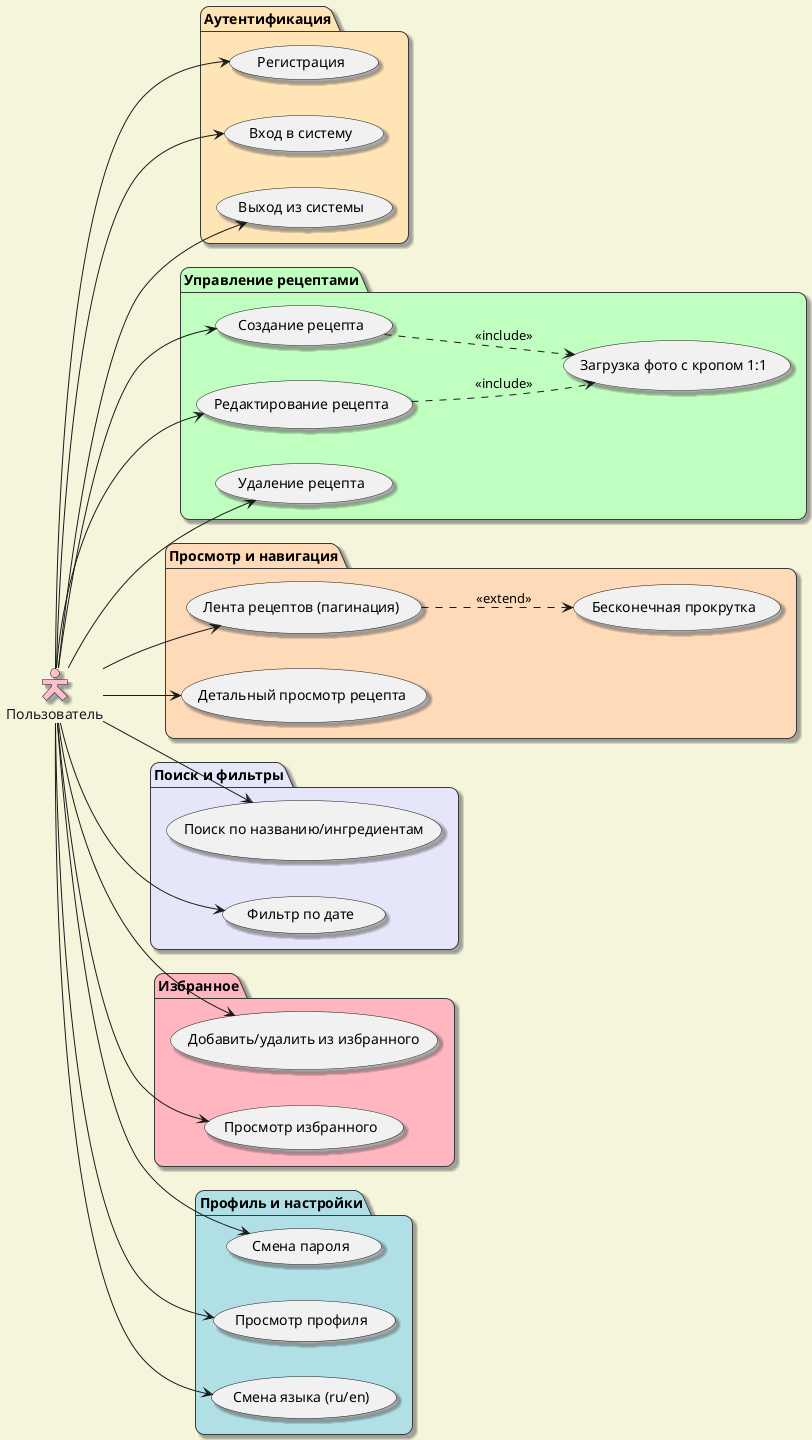
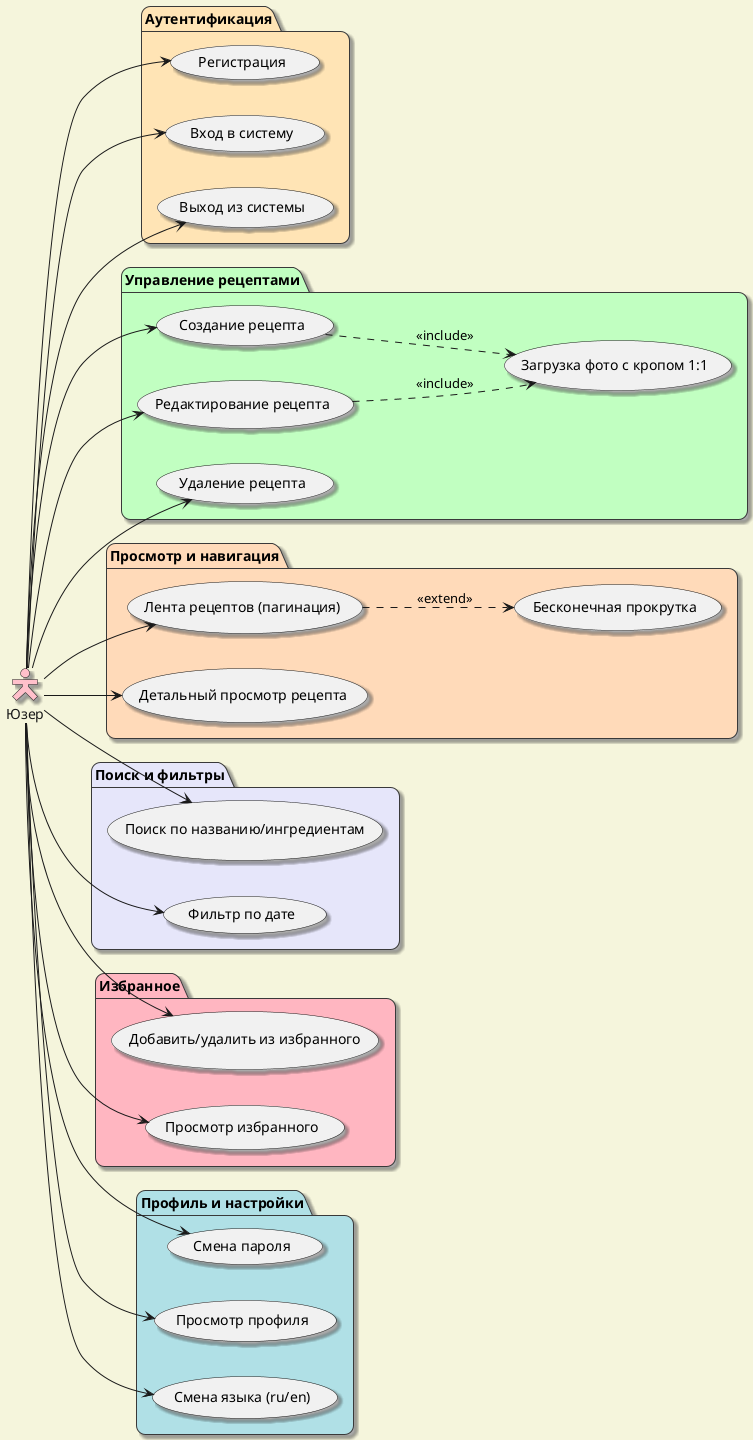
@startuml диаграмма_прецедентов

!theme mars
left to right direction

skinparam shadowing true
skinparam roundcorner 18
skinparam backgroundcolor #F5F5DC
skinparam actorStyle hollow

- actor "Пользователь" as User #pink
+ actor "Юзер" as User #pink

package "Аутентификация" #FFE4B5 {
  usecase "Регистрация" as UC_Register
  usecase "Вход в систему" as UC_Login
  usecase "Выход из системы" as UC_Logout
}

package "Управление рецептами" #C1FFC1 {
  usecase "Создание рецепта" as UC_Create
  usecase "Редактирование рецепта" as UC_Edit
  usecase "Удаление рецепта" as UC_Delete
  usecase "Загрузка фото с кропом 1:1" as UC_Image
  UC_Create ..> UC_Image : <<include>>
  UC_Edit ..> UC_Image : <<include>>
}

package "Просмотр и навигация" #FFDAB9 {
  usecase "Лента рецептов (пагинация)" as UC_Feed
  usecase "Бесконечная прокрутка" as UC_Scroll
  usecase "Детальный просмотр рецепта" as UC_Detail
  UC_Feed ..> UC_Scroll : <<extend>>
}

package "Поиск и фильтры" #E6E6FA {
  usecase "Поиск по названию/ингредиентам" as UC_Search
  usecase "Фильтр по дате" as UC_DateFilter
}

package "Избранное" #FFB6C1 {
  usecase "Добавить/удалить из избранного" as UC_FavToggle
  usecase "Просмотр избранного" as UC_ViewFav
}

package "Профиль и настройки" #B0E0E6 {
  usecase "Смена пароля" as UC_ChangePwd
  usecase "Просмотр профиля" as UC_Profile
  usecase "Смена языка (ru/en)" as UC_Lang
}

User --> UC_Register
User --> UC_Login
User --> UC_Logout
User --> UC_Create
User --> UC_Edit
User --> UC_Delete
User --> UC_Feed
User --> UC_Detail
User --> UC_Search
User --> UC_DateFilter
User --> UC_FavToggle
User --> UC_ViewFav
User --> UC_ChangePwd
User --> UC_Profile
User --> UC_Lang

@enduml